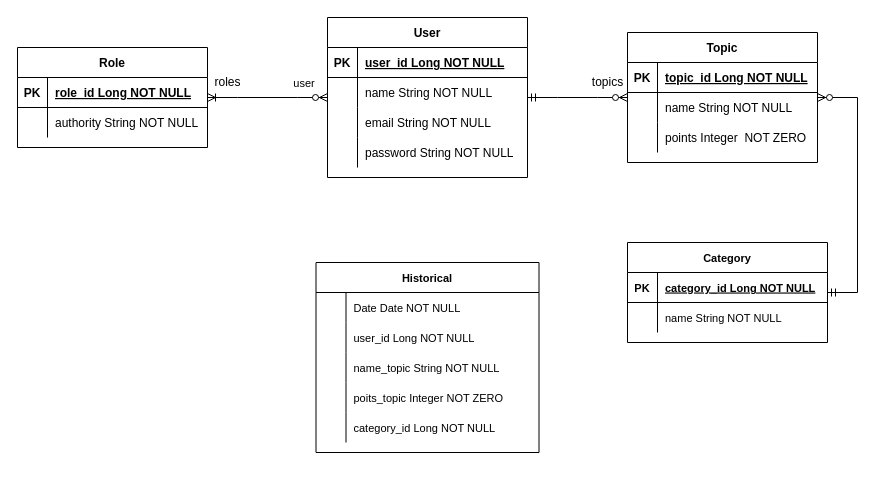
This is Date Lake of Life Diagram.drawio from Thalles-Trevizan/Data-Lake-of-Life, a draw.io file, before an edit. Source tidied: cells renumbered, new cells numbered last; positions are measured from the earlier drawing's top-left corner, leaving out a move shared by most shapes. Both pictures are drawn from the tidied source at 100%, with x=0, y=0 at pixel (17, 17).
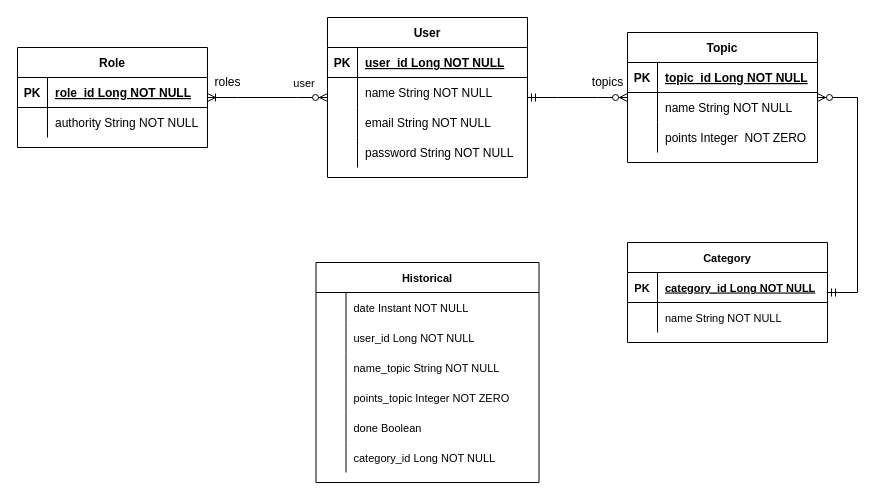
The same page after the edit.

Commit message:
Add Boolean done and fix points_topic

Unchanged cells that the change refers to:
```xml
<mxCell id="44" style="shape=tableRow;horizontal=0;startSize=0;swimlaneHead=0;swimlaneBody=0;fillColor=none;top=0;left=0;right=0;bottom=0;fontSize=11;" parent="43" vertex="1">
  <mxGeometry y="30" width="223" height="30" as="geometry" />
</mxCell>
<mxCell id="53" style="shape=tableRow;horizontal=0;startSize=0;swimlaneHead=0;swimlaneBody=0;fillColor=none;top=0;left=0;right=0;bottom=0;fontSize=11;" parent="43" vertex="1">
  <mxGeometry y="120" width="223" height="30" as="geometry" />
</mxCell>
```

Change to the diagram source:
```diff
@@
     <mxCell id="43" value="Historical" style="shape=table;startSize=30;childLayout=tableLayout;rowLines=0;fontStyle=1;align=center;fontSize=11;" parent="1" vertex="1">
-      <mxGeometry x="298.5" y="245" width="223" height="190" as="geometry" />
+      <mxGeometry x="298.5" y="245" width="223" height="220" as="geometry" />
     </mxCell>
@@
-    <mxCell id="46" value="Date Date NOT NULL" style="shape=partialRectangle;fillColor=none;top=0;left=0;bottom=0;right=0;align=left;spacingLeft=6;overflow=hidden;fontSize=11;" parent="44" vertex="1">
+    <mxCell id="46" value="date Instant NOT NULL" style="shape=partialRectangle;fillColor=none;top=0;left=0;bottom=0;right=0;align=left;spacingLeft=6;overflow=hidden;fontSize=11;" parent="44" vertex="1">
       <mxGeometry x="30" width="193" height="30" as="geometry" />
     </mxCell>
@@
-    <mxCell id="55" value="poits_topic Integer NOT ZERO" style="shape=partialRectangle;fillColor=none;top=0;left=0;bottom=0;right=0;align=left;spacingLeft=6;overflow=hidden;fontSize=11;" parent="53" vertex="1">
+    <mxCell id="55" value="points_topic Integer NOT ZERO" style="shape=partialRectangle;fillColor=none;top=0;left=0;bottom=0;right=0;align=left;spacingLeft=6;overflow=hidden;fontSize=11;" parent="53" vertex="1">
       <mxGeometry x="30" width="193" height="30" as="geometry" />
     </mxCell>
+    <mxCell id="59" style="shape=tableRow;horizontal=0;startSize=0;swimlaneHead=0;swimlaneBody=0;fillColor=none;top=0;left=0;right=0;bottom=0;fontSize=11;" parent="43" vertex="1">
+      <mxGeometry y="150" width="223" height="30" as="geometry" />
+    </mxCell>
+    <mxCell id="60" style="shape=partialRectangle;fillColor=none;top=0;left=0;bottom=0;right=0;overflow=hidden;fontSize=11;" parent="59" vertex="1">
+      <mxGeometry width="30" height="30" as="geometry" />
+    </mxCell>
+    <mxCell id="61" value="done Boolean " style="shape=partialRectangle;fillColor=none;top=0;left=0;bottom=0;right=0;align=left;spacingLeft=6;overflow=hidden;fontSize=11;" parent="59" vertex="1">
+      <mxGeometry x="30" width="193" height="30" as="geometry" />
+    </mxCell>
     <mxCell id="56" style="shape=tableRow;horizontal=0;startSize=0;swimlaneHead=0;swimlaneBody=0;fillColor=none;top=0;left=0;right=0;bottom=0;fontSize=11;" parent="43" vertex="1">
-      <mxGeometry y="150" width="223" height="30" as="geometry" />
+      <mxGeometry y="180" width="223" height="30" as="geometry" />
     </mxCell>
```
